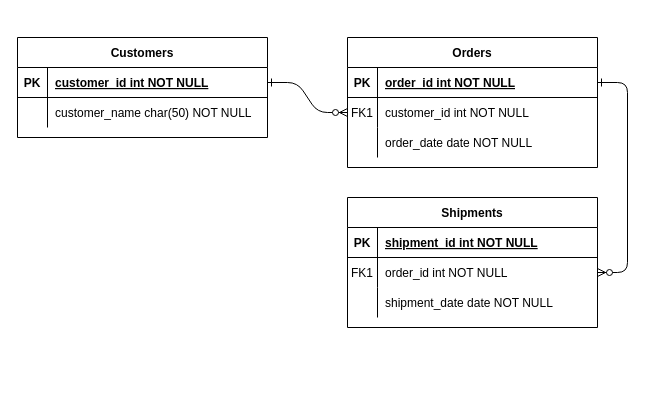
The draw.io diagram pedidosYa.drawio in Cindy91/proyecto-web-ipfl, before the edit. Source tidied: cells renumbered, new cells numbered last; positions are measured from the earlier drawing's top-left corner, leaving out a move shared by most shapes. Both pictures are drawn from the tidied source at 100%, with x=0, y=0 at pixel (17, 37).
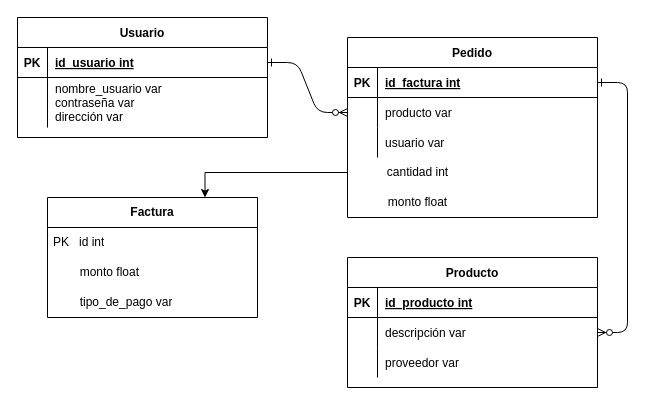
After the change.

The change refers to these unchanged cells:
```xml
<mxCell id="5" style="shape=partialRectangle;fillColor=none;points=[[0,0.5],[1,0.5]];portConstraint=eastwest;top=0;left=0;right=0;bottom=1;" parent="4" vertex="1">
  <mxGeometry y="30" width="250" height="30" as="geometry" />
</mxCell>
<mxCell id="8" style="shape=partialRectangle;fillColor=none;points=[[0,0.5],[1,0.5]];portConstraint=eastwest;top=0;left=0;right=0;bottom=0;" parent="4" vertex="1">
  <mxGeometry y="60" width="250" height="30" as="geometry" />
</mxCell>
<mxCell id="11" style="shape=partialRectangle;fillColor=none;top=0;left=0;right=0;bottom=0;" parent="4" vertex="1">
  <mxGeometry y="90" width="250" height="30" as="geometry" />
</mxCell>
<mxCell id="15" style="shape=partialRectangle;fillColor=none;top=0;left=0;right=0;bottom=1;" parent="14" vertex="1">
  <mxGeometry y="30" width="250" height="30" as="geometry" />
</mxCell>
<mxCell id="18" style="shape=partialRectangle;fillColor=none;points=[[0,0.5],[1,0.5]];portConstraint=eastwest;top=0;left=0;right=0;bottom=0;" parent="14" vertex="1">
  <mxGeometry y="60" width="250" height="30" as="geometry" />
</mxCell>
<mxCell id="21" style="shape=partialRectangle;fillColor=none;top=0;left=0;right=0;bottom=0;" parent="14" vertex="1">
  <mxGeometry y="90" width="250" height="30" as="geometry" />
</mxCell>
<mxCell id="25" style="shape=partialRectangle;fillColor=none;points=[[0,0.5],[1,0.5]];portConstraint=eastwest;top=0;left=0;right=0;bottom=1;" parent="24" vertex="1">
  <mxGeometry y="30" width="250" height="30" as="geometry" />
</mxCell>
```

Change to the diagram source:
```diff
@@
+    <mxCell id="31" style="edgeStyle=orthogonalEdgeStyle;rounded=0;jettySize=auto;html=1;exitX=0;exitY=0.75;exitDx=0;exitDy=0;entryX=0.75;entryY=0;entryDx=0;entryDy=0;" parent="1" edge="1" source="4" target="34">
+      <mxGeometry relative="1" as="geometry" />
+    </mxCell>
-    <mxCell id="4" value="Orders" style="shape=table;startSize=30;childLayout=tableLayout;rowLines=0;fontStyle=1;align=center;" parent="1" vertex="1">
-      <mxGeometry x="330" width="250" height="130" as="geometry" />
+    <mxCell id="4" value="Pedido" style="shape=table;startSize=30;childLayout=tableLayout;rowLines=0;fontStyle=1;align=center;perimeterSpacing=0;" parent="1" vertex="1">
+      <mxGeometry x="330" width="250" height="180" as="geometry" />
     </mxCell>
@@
-    <mxCell id="7" value="order_id int NOT NULL " style="shape=partialRectangle;overflow=hidden;fillColor=none;top=0;left=0;bottom=0;right=0;align=left;spacingLeft=6;fontStyle=5;" parent="5" vertex="1">
+    <mxCell id="7" value="id_factura int" style="shape=partialRectangle;overflow=hidden;fillColor=none;top=0;left=0;bottom=0;right=0;align=left;spacingLeft=6;fontStyle=5;" parent="5" vertex="1">
       <mxGeometry x="30" width="220" height="30" as="geometry" />
     </mxCell>
@@
-    <mxCell id="9" value="FK1" style="shape=partialRectangle;overflow=hidden;fillColor=none;top=0;left=0;bottom=0;right=0;" parent="8" vertex="1">
+    <mxCell id="9" style="shape=partialRectangle;overflow=hidden;fillColor=none;top=0;left=0;bottom=0;right=0;" parent="8" vertex="1">
       <mxGeometry width="30" height="30" as="geometry" />
     </mxCell>
-    <mxCell id="10" value="customer_id int NOT NULL" style="shape=partialRectangle;overflow=hidden;fillColor=none;top=0;left=0;bottom=0;right=0;align=left;spacingLeft=6;" parent="8" vertex="1">
+    <mxCell id="10" value="producto var" style="shape=partialRectangle;overflow=hidden;fillColor=none;top=0;left=0;bottom=0;right=0;align=left;spacingLeft=6;" parent="8" vertex="1">
       <mxGeometry x="30" width="220" height="30" as="geometry" />
     </mxCell>
@@
-    <mxCell id="13" value="order_date date NOT NULL" style="shape=partialRectangle;overflow=hidden;fillColor=none;top=0;left=0;bottom=0;right=0;align=left;spacingLeft=6;" parent="11" vertex="1">
+    <mxCell id="13" value="usuario var" style="shape=partialRectangle;overflow=hidden;fillColor=none;top=0;left=0;bottom=0;right=0;align=left;spacingLeft=6;" parent="11" vertex="1">
       <mxGeometry x="30" width="220" height="30" as="geometry" />
     </mxCell>
-    <mxCell id="14" value="Shipments" style="shape=table;startSize=30;childLayout=tableLayout;rowLines=0;fontStyle=1;align=center;" parent="1" vertex="1">
-      <mxGeometry x="330" y="160" width="250" height="130" as="geometry" />
+    <mxCell id="14" value="Producto" style="shape=table;startSize=30;childLayout=tableLayout;rowLines=0;fontStyle=1;align=center;" parent="1" vertex="1">
+      <mxGeometry x="330" y="220" width="250" height="130" as="geometry" />
     </mxCell>
@@
-    <mxCell id="17" value="shipment_id int NOT NULL " style="shape=partialRectangle;overflow=hidden;fillColor=none;top=0;left=0;bottom=0;right=0;align=left;spacingLeft=6;fontStyle=5;" parent="15" vertex="1">
+    <mxCell id="17" value="id_producto int" style="shape=partialRectangle;overflow=hidden;fillColor=none;top=0;left=0;bottom=0;right=0;align=left;spacingLeft=6;fontStyle=5;" parent="15" vertex="1">
       <mxGeometry x="30" width="220" height="30" as="geometry" />
     </mxCell>
@@
-    <mxCell id="19" value="FK1" style="shape=partialRectangle;overflow=hidden;fillColor=none;top=0;left=0;bottom=0;right=0;" parent="18" vertex="1">
+    <mxCell id="19" style="shape=partialRectangle;overflow=hidden;fillColor=none;top=0;left=0;bottom=0;right=0;" parent="18" vertex="1">
       <mxGeometry width="30" height="30" as="geometry" />
     </mxCell>
-    <mxCell id="20" value="order_id int NOT NULL" style="shape=partialRectangle;overflow=hidden;fillColor=none;top=0;left=0;bottom=0;right=0;align=left;spacingLeft=6;" parent="18" vertex="1">
+    <mxCell id="20" value="descripción var" style="shape=partialRectangle;overflow=hidden;fillColor=none;top=0;left=0;bottom=0;right=0;align=left;spacingLeft=6;" parent="18" vertex="1">
       <mxGeometry x="30" width="220" height="30" as="geometry" />
     </mxCell>
@@
-    <mxCell id="23" value="shipment_date date NOT NULL" style="shape=partialRectangle;overflow=hidden;fillColor=none;top=0;left=0;bottom=0;right=0;align=left;spacingLeft=6;" parent="21" vertex="1">
+    <mxCell id="23" value="proveedor var" style="shape=partialRectangle;overflow=hidden;fillColor=none;top=0;left=0;bottom=0;right=0;align=left;spacingLeft=6;" parent="21" vertex="1">
       <mxGeometry x="30" width="220" height="30" as="geometry" />
     </mxCell>
-    <mxCell id="24" value="Customers" style="shape=table;startSize=30;childLayout=tableLayout;rowLines=0;fontStyle=1;align=center;" parent="1" vertex="1">
-      <mxGeometry width="250" height="100" as="geometry" />
+    <mxCell id="24" value="Usuario" style="shape=table;startSize=30;childLayout=tableLayout;rowLines=0;fontStyle=1;align=center;" parent="1" vertex="1">
+      <mxGeometry y="-20" width="250" height="120" as="geometry" />
     </mxCell>
@@
-    <mxCell id="27" value="customer_id int NOT NULL " style="shape=partialRectangle;overflow=hidden;fillColor=none;top=0;left=0;bottom=0;right=0;align=left;spacingLeft=6;fontStyle=5;" parent="25" vertex="1">
+    <mxCell id="27" value="id_usuario int" style="shape=partialRectangle;overflow=hidden;fillColor=none;top=0;left=0;bottom=0;right=0;align=left;spacingLeft=6;fontStyle=5;" parent="25" vertex="1">
       <mxGeometry x="30" width="220" height="30" as="geometry" />
     </mxCell>
     <mxCell id="28" style="shape=partialRectangle;fillColor=none;top=0;left=0;right=0;bottom=0;" parent="24" vertex="1">
-      <mxGeometry y="60" width="250" height="30" as="geometry" />
+      <mxGeometry y="60" width="250" height="50" as="geometry" />
     </mxCell>
     <mxCell id="29" style="shape=partialRectangle;overflow=hidden;fillColor=none;top=0;left=0;bottom=0;right=0;" parent="28" vertex="1">
-      <mxGeometry width="30" height="30" as="geometry" />
+      <mxGeometry width="30" height="50" as="geometry" />
     </mxCell>
-    <mxCell id="30" value="customer_name char(50) NOT NULL" style="shape=partialRectangle;overflow=hidden;fillColor=none;top=0;left=0;bottom=0;right=0;align=left;spacingLeft=6;" parent="28" vertex="1">
-      <mxGeometry x="30" width="220" height="30" as="geometry" />
+    <mxCell id="30" value="nombre_usuario var&#10;contraseña var&#10;dirección var" style="shape=partialRectangle;overflow=hidden;fillColor=none;top=0;left=0;bottom=0;right=0;align=left;spacingLeft=6;" parent="28" vertex="1">
+      <mxGeometry x="30" width="220" height="50" as="geometry" />
     </mxCell>
+    <mxCell id="32" value="monto float" style="text;html=1;align=center;verticalAlign=middle;fillColor=none;strokeColor=none;rounded=0;" parent="1" vertex="1">
+      <mxGeometry x="360" y="150" width="80" height="30" as="geometry" />
+    </mxCell>
+    <mxCell id="33" value="cantidad int" style="text;html=1;align=center;verticalAlign=middle;fillColor=none;strokeColor=none;rounded=0;" parent="1" vertex="1">
+      <mxGeometry x="360" y="120" width="80" height="30" as="geometry" />
+    </mxCell>
+    <mxCell id="34" value="&lt;b&gt;Factura&lt;/b&gt;" style="swimlane;fontStyle=0;horizontal=1;startSize=30;whiteSpace=wrap;html=1;strokeColor=default;" parent="1" vertex="1">
+      <mxGeometry x="30" y="160" width="210" height="120" as="geometry" />
+    </mxCell>
+    <mxCell id="35" value="PK&amp;nbsp; &amp;nbsp;id int" style="text;strokeColor=none;fillColor=none;align=left;verticalAlign=middle;spacingLeft=4;spacingRight=4;overflow=hidden;whiteSpace=wrap;html=1;" parent="34" vertex="1">
+      <mxGeometry y="30" width="210" height="30" as="geometry" />
+    </mxCell>
+    <mxCell id="36" value="&amp;nbsp; &amp;nbsp; &amp;nbsp; &amp;nbsp; monto float" style="text;strokeColor=none;fillColor=none;align=left;verticalAlign=middle;spacingLeft=4;spacingRight=4;overflow=hidden;whiteSpace=wrap;html=1;" parent="34" vertex="1">
+      <mxGeometry y="60" width="210" height="30" as="geometry" />
+    </mxCell>
+    <mxCell id="37" value="&amp;nbsp; &amp;nbsp; &amp;nbsp; &amp;nbsp; tipo_de_pago var" style="text;strokeColor=none;fillColor=none;align=left;verticalAlign=middle;spacingLeft=4;spacingRight=4;overflow=hidden;whiteSpace=wrap;html=1;" parent="34" vertex="1">
+      <mxGeometry y="90" width="210" height="30" as="geometry" />
+    </mxCell>
```
